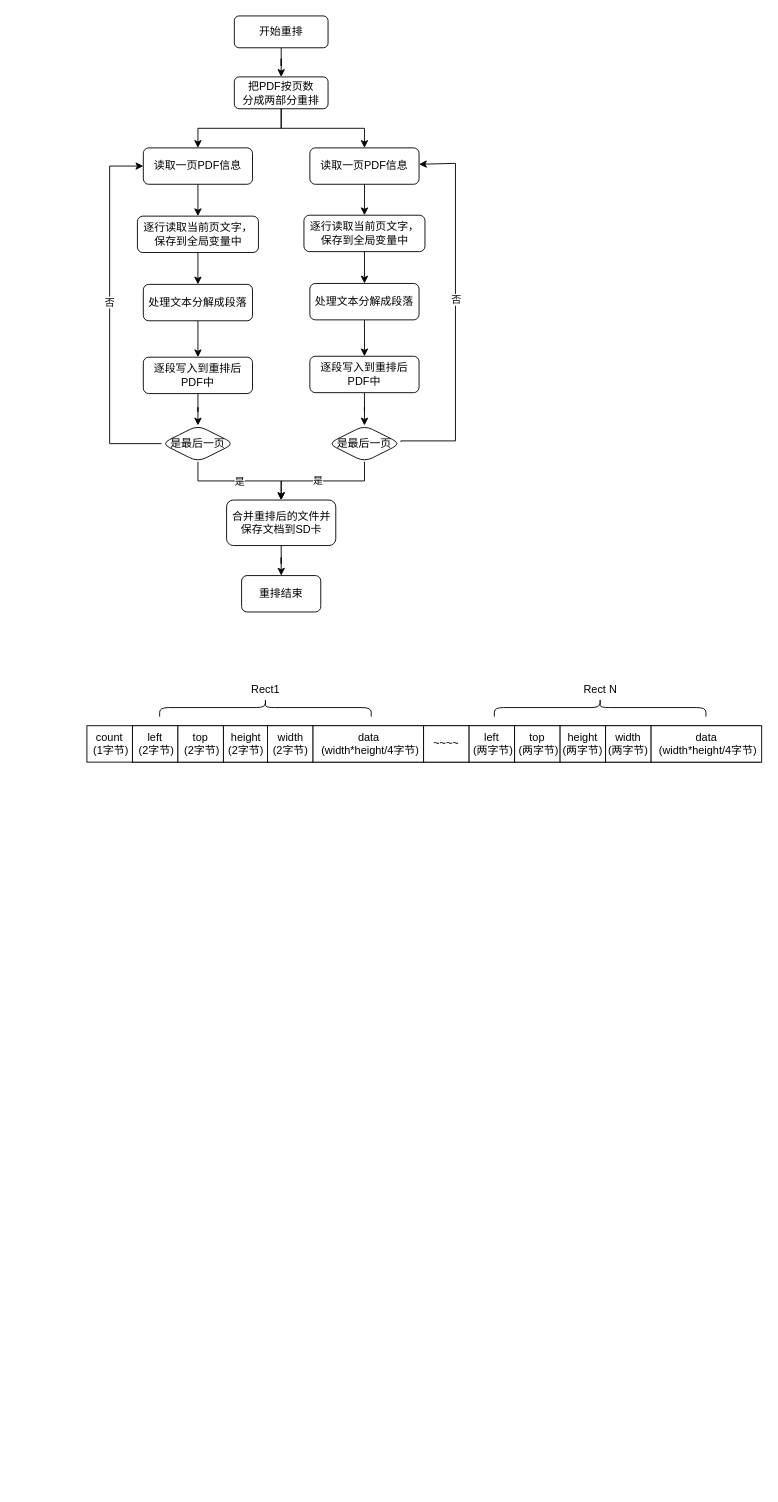
Above: 两栖手写.drawio in xubinlu/android-journey (draw.io), before the change. Source tidied: cells renumbered, new cells numbered last; positions are measured from the earlier drawing's top-left corner, leaving out a move shared by most shapes. Both pictures are drawn from the tidied source at 91%, with x=0, y=0 at pixel (86, 15).
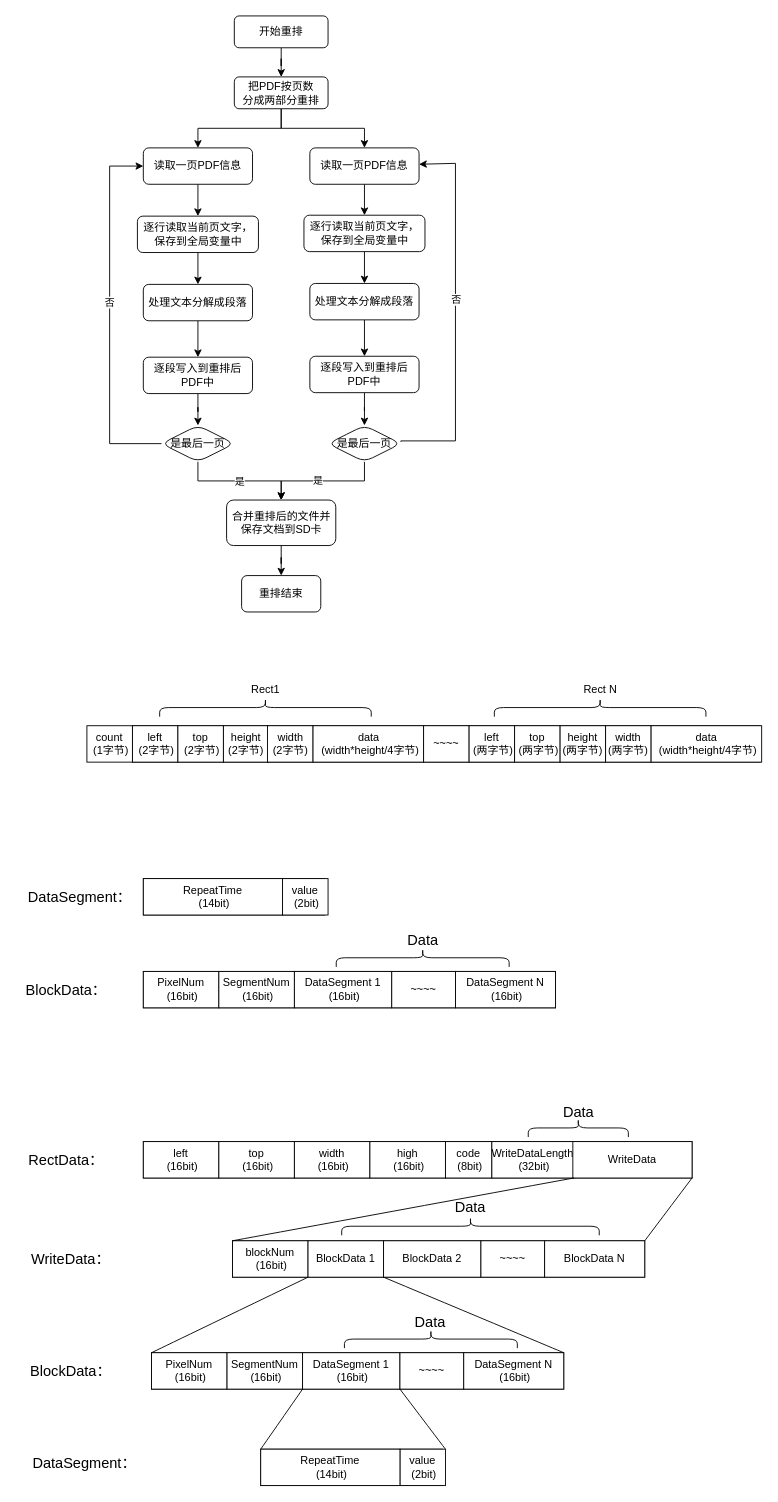
The same page after the edit.

Commit message:
更新两栖手写.drawio

Diff of the diagram source:
```diff
@@
+    <mxCell id="53" style="rounded=0;whiteSpace=wrap;html=1;" parent="1" vertex="1">
+      <mxGeometry x="62" y="948" width="199.5" height="40" as="geometry" />
+    </mxCell>
+    <mxCell id="54" value="&lt;div&gt;value&lt;/div&gt;&lt;div&gt;&amp;nbsp;(2bit)&lt;/div&gt;" style="rounded=0;whiteSpace=wrap;html=1;" parent="1" vertex="1">
+      <mxGeometry x="215" y="948" width="50" height="40" as="geometry" />
+    </mxCell>
+    <mxCell id="55" value="&lt;div&gt;RepeatTime&lt;/div&gt;&lt;div&gt;&amp;nbsp;(14bit)&lt;/div&gt;" style="rounded=0;whiteSpace=wrap;html=1;" parent="1" vertex="1">
+      <mxGeometry x="62" y="948" width="153" height="40" as="geometry" />
+    </mxCell>
+    <mxCell id="56" value="DataSegment：" style="text;html=1;align=center;verticalAlign=middle;strokeColor=none;fillColor=none;fontSize=16;" parent="1" vertex="1">
+      <mxGeometry x="-78" y="953" width="140" height="30" as="geometry" />
+    </mxCell>
+    <mxCell id="57" style="rounded=0;whiteSpace=wrap;html=1;" parent="1" vertex="1">
+      <mxGeometry x="62" y="1050" width="453" height="40" as="geometry" />
+    </mxCell>
+    <mxCell id="58" value="&lt;div&gt;PixelNum&lt;/div&gt;&lt;div&gt;&amp;nbsp;(16bit)&lt;/div&gt;" style="rounded=0;whiteSpace=wrap;html=1;" parent="1" vertex="1">
+      <mxGeometry x="62" y="1050" width="83" height="40" as="geometry" />
+    </mxCell>
+    <mxCell id="59" value="BlockData：" style="text;html=1;align=center;verticalAlign=middle;strokeColor=none;fillColor=none;fontSize=16;" parent="1" vertex="1">
+      <mxGeometry x="-78" y="1055" width="110" height="30" as="geometry" />
+    </mxCell>
+    <mxCell id="60" value="&lt;div&gt;SegmentNum&lt;/div&gt;&lt;div&gt;&amp;nbsp;(16bit)&lt;/div&gt;" style="rounded=0;whiteSpace=wrap;html=1;" parent="1" vertex="1">
+      <mxGeometry x="145" y="1050" width="83" height="40" as="geometry" />
+    </mxCell>
+    <mxCell id="61" value="&lt;div&gt;DataSegment 1&lt;/div&gt;&lt;div&gt;&amp;nbsp;(16bit)&lt;/div&gt;" style="rounded=0;whiteSpace=wrap;html=1;" parent="1" vertex="1">
+      <mxGeometry x="228" y="1050" width="107" height="40" as="geometry" />
+    </mxCell>
+    <mxCell id="62" value="&lt;div&gt;DataSegment N&lt;/div&gt;&lt;div&gt;&amp;nbsp;(16bit)&lt;/div&gt;" style="rounded=0;whiteSpace=wrap;html=1;" parent="1" vertex="1">
+      <mxGeometry x="405" y="1050" width="110" height="40" as="geometry" />
+    </mxCell>
+    <mxCell id="63" value="~~~~" style="rounded=0;whiteSpace=wrap;html=1;" parent="1" vertex="1">
+      <mxGeometry x="335" y="1050" width="70" height="40" as="geometry" />
+    </mxCell>
+    <mxCell id="64" style="rounded=0;whiteSpace=wrap;html=1;" parent="1" vertex="1">
+      <mxGeometry x="160" y="1346" width="453" height="40" as="geometry" />
+    </mxCell>
+    <mxCell id="65" value="&lt;div&gt;blockNum&lt;/div&gt;&lt;div&gt;&amp;nbsp;(16bit)&lt;/div&gt;" style="rounded=0;whiteSpace=wrap;html=1;" parent="1" vertex="1">
+      <mxGeometry x="160" y="1346" width="83" height="40" as="geometry" />
+    </mxCell>
+    <mxCell id="66" value="&lt;div&gt;BlockData 1&lt;/div&gt;" style="rounded=0;whiteSpace=wrap;html=1;" parent="1" vertex="1">
+      <mxGeometry x="243" y="1346" width="83" height="40" as="geometry" />
+    </mxCell>
+    <mxCell id="67" value="&lt;div&gt;BlockData 2&lt;/div&gt;" style="rounded=0;whiteSpace=wrap;html=1;" parent="1" vertex="1">
+      <mxGeometry x="326" y="1346" width="107" height="40" as="geometry" />
+    </mxCell>
+    <mxCell id="68" value="~~~~" style="rounded=0;whiteSpace=wrap;html=1;" parent="1" vertex="1">
+      <mxGeometry x="433" y="1346" width="70" height="40" as="geometry" />
+    </mxCell>
+    <mxCell id="69" value="WriteData：" style="text;html=1;align=center;verticalAlign=middle;strokeColor=none;fillColor=none;fontSize=16;" parent="1" vertex="1">
+      <mxGeometry x="-73" y="1351" width="110" height="30" as="geometry" />
+    </mxCell>
+    <mxCell id="70" value="&lt;div&gt;BlockData N&lt;/div&gt;" style="rounded=0;whiteSpace=wrap;html=1;" parent="1" vertex="1">
+      <mxGeometry x="503" y="1346" width="110" height="40" as="geometry" />
+    </mxCell>
+    <mxCell id="71" style="rounded=0;whiteSpace=wrap;html=1;" parent="1" vertex="1">
+      <mxGeometry x="62" y="1237" width="603" height="40" as="geometry" />
+    </mxCell>
+    <mxCell id="72" value="&lt;div&gt;left&lt;/div&gt;&lt;div&gt;&amp;nbsp;(16bit)&lt;/div&gt;" style="rounded=0;whiteSpace=wrap;html=1;" parent="1" vertex="1">
+      <mxGeometry x="62" y="1237" width="83" height="40" as="geometry" />
+    </mxCell>
+    <mxCell id="73" value="RectData：" style="text;html=1;align=center;verticalAlign=middle;strokeColor=none;fillColor=none;fontSize=16;" parent="1" vertex="1">
+      <mxGeometry x="-78" y="1242" width="110" height="30" as="geometry" />
+    </mxCell>
+    <mxCell id="74" value="&lt;div&gt;top&lt;/div&gt;&lt;div&gt;&amp;nbsp;(16bit)&lt;/div&gt;" style="rounded=0;whiteSpace=wrap;html=1;" parent="1" vertex="1">
+      <mxGeometry x="145" y="1237" width="83" height="40" as="geometry" />
+    </mxCell>
+    <mxCell id="75" value="&lt;div&gt;width&lt;/div&gt;&lt;div&gt;&amp;nbsp;(16bit)&lt;/div&gt;" style="rounded=0;whiteSpace=wrap;html=1;" parent="1" vertex="1">
+      <mxGeometry x="228" y="1237" width="83" height="40" as="geometry" />
+    </mxCell>
+    <mxCell id="76" value="&lt;div&gt;high&lt;/div&gt;&lt;div&gt;&amp;nbsp;(16bit)&lt;/div&gt;" style="rounded=0;whiteSpace=wrap;html=1;" parent="1" vertex="1">
+      <mxGeometry x="311" y="1237" width="83" height="40" as="geometry" />
+    </mxCell>
+    <mxCell id="77" value="&lt;div&gt;code&lt;/div&gt;&lt;div&gt;&amp;nbsp;(8bit)&lt;/div&gt;" style="rounded=0;whiteSpace=wrap;html=1;" parent="1" vertex="1">
+      <mxGeometry x="394" y="1237" width="51" height="40" as="geometry" />
+    </mxCell>
+    <mxCell id="78" style="shape=curlyBracket;whiteSpace=wrap;html=1;rounded=1;labelPosition=left;verticalLabelPosition=middle;align=right;verticalAlign=middle;rotation=0;direction=south;" parent="1" vertex="1">
+      <mxGeometry x="274" y="1025" width="190" height="20" as="geometry" />
+    </mxCell>
+    <mxCell id="79" value="Data" style="text;html=1;align=center;verticalAlign=middle;strokeColor=none;fillColor=none;fontSize=16;" parent="1" vertex="1">
+      <mxGeometry x="339" y="1001" width="60" height="30" as="geometry" />
+    </mxCell>
+    <mxCell id="80" style="shape=curlyBracket;whiteSpace=wrap;html=1;rounded=1;labelPosition=left;verticalLabelPosition=middle;align=right;verticalAlign=middle;rotation=0;direction=south;" parent="1" vertex="1">
+      <mxGeometry x="280" y="1320" width="283" height="20" as="geometry" />
+    </mxCell>
+    <mxCell id="81" value="Data" style="text;html=1;align=center;verticalAlign=middle;strokeColor=none;fillColor=none;fontSize=16;" parent="1" vertex="1">
+      <mxGeometry x="390.5" y="1294" width="60" height="30" as="geometry" />
+    </mxCell>
+    <mxCell id="82" style="shape=curlyBracket;whiteSpace=wrap;html=1;rounded=1;labelPosition=left;verticalLabelPosition=middle;align=right;verticalAlign=middle;rotation=0;direction=south;" parent="1" vertex="1">
+      <mxGeometry x="485" y="1212" width="110" height="20" as="geometry" />
+    </mxCell>
+    <mxCell id="83" value="&lt;div&gt;WriteDataLength&lt;/div&gt;&lt;div&gt;&amp;nbsp;(32bit)&lt;/div&gt;" style="rounded=0;whiteSpace=wrap;html=1;" parent="1" vertex="1">
+      <mxGeometry x="445" y="1237" width="90" height="40" as="geometry" />
+    </mxCell>
+    <mxCell id="84" value="Data" style="text;html=1;align=center;verticalAlign=middle;strokeColor=none;fillColor=none;fontSize=16;" parent="1" vertex="1">
+      <mxGeometry x="510" y="1189" width="60" height="30" as="geometry" />
+    </mxCell>
+    <mxCell id="85" value="&lt;div&gt;WriteData&lt;/div&gt;" style="rounded=0;whiteSpace=wrap;html=1;" parent="1" vertex="1">
+      <mxGeometry x="534" y="1237" width="131" height="40" as="geometry" />
+    </mxCell>
+    <mxCell id="86" style="rounded=0;whiteSpace=wrap;html=1;" parent="1" vertex="1">
+      <mxGeometry x="71" y="1469" width="453" height="40" as="geometry" />
+    </mxCell>
+    <mxCell id="87" value="&lt;div&gt;PixelNum&lt;/div&gt;&lt;div&gt;&amp;nbsp;(16bit)&lt;/div&gt;" style="rounded=0;whiteSpace=wrap;html=1;" parent="1" vertex="1">
+      <mxGeometry x="71" y="1469" width="83" height="40" as="geometry" />
+    </mxCell>
+    <mxCell id="88" value="BlockData：" style="text;html=1;align=center;verticalAlign=middle;strokeColor=none;fillColor=none;fontSize=16;" parent="1" vertex="1">
+      <mxGeometry x="-73" y="1474" width="110" height="30" as="geometry" />
+    </mxCell>
+    <mxCell id="89" value="&lt;div&gt;SegmentNum&lt;/div&gt;&lt;div&gt;&amp;nbsp;(16bit)&lt;/div&gt;" style="rounded=0;whiteSpace=wrap;html=1;" parent="1" vertex="1">
+      <mxGeometry x="154" y="1469" width="83" height="40" as="geometry" />
+    </mxCell>
+    <mxCell id="90" value="&lt;div&gt;DataSegment 1&lt;/div&gt;&lt;div&gt;&amp;nbsp;(16bit)&lt;/div&gt;" style="rounded=0;whiteSpace=wrap;html=1;" parent="1" vertex="1">
+      <mxGeometry x="237" y="1469" width="107" height="40" as="geometry" />
+    </mxCell>
+    <mxCell id="91" value="&lt;div&gt;DataSegment N&lt;/div&gt;&lt;div&gt;&amp;nbsp;(16bit)&lt;/div&gt;" style="rounded=0;whiteSpace=wrap;html=1;" parent="1" vertex="1">
+      <mxGeometry x="414" y="1469" width="110" height="40" as="geometry" />
+    </mxCell>
+    <mxCell id="92" value="~~~~" style="rounded=0;whiteSpace=wrap;html=1;" parent="1" vertex="1">
+      <mxGeometry x="344" y="1469" width="70" height="40" as="geometry" />
+    </mxCell>
+    <mxCell id="93" style="shape=curlyBracket;whiteSpace=wrap;html=1;rounded=1;labelPosition=left;verticalLabelPosition=middle;align=right;verticalAlign=middle;rotation=0;direction=south;" parent="1" vertex="1">
+      <mxGeometry x="283" y="1444" width="190" height="20" as="geometry" />
+    </mxCell>
+    <mxCell id="94" value="Data" style="text;html=1;align=center;verticalAlign=middle;strokeColor=none;fillColor=none;fontSize=16;" parent="1" vertex="1">
+      <mxGeometry x="347" y="1420" width="60" height="30" as="geometry" />
+    </mxCell>
+    <mxCell id="95" style="rounded=0;whiteSpace=wrap;html=1;" parent="1" vertex="1">
+      <mxGeometry x="191" y="1575" width="199.5" height="40" as="geometry" />
+    </mxCell>
+    <mxCell id="96" value="&lt;div&gt;value&lt;/div&gt;&lt;div&gt;&amp;nbsp;(2bit)&lt;/div&gt;" style="rounded=0;whiteSpace=wrap;html=1;" parent="1" vertex="1">
+      <mxGeometry x="344" y="1575" width="50" height="40" as="geometry" />
+    </mxCell>
+    <mxCell id="97" value="&lt;div&gt;RepeatTime&lt;/div&gt;&lt;div&gt;&amp;nbsp;(14bit)&lt;/div&gt;" style="rounded=0;whiteSpace=wrap;html=1;" parent="1" vertex="1">
+      <mxGeometry x="191" y="1575" width="153" height="40" as="geometry" />
+    </mxCell>
+    <mxCell id="98" value="DataSegment：" style="text;html=1;align=center;verticalAlign=middle;strokeColor=none;fillColor=none;fontSize=16;" parent="1" vertex="1">
+      <mxGeometry x="-73" y="1575" width="140" height="30" as="geometry" />
+    </mxCell>
+    <mxCell id="99" style="endArrow=none;html=1;rounded=0;fontSize=12;startSize=8;endSize=8;curved=1;entryX=1;entryY=1;entryDx=0;entryDy=0;exitX=0;exitY=0;exitDx=0;exitDy=0;" parent="1" edge="1" source="97" target="89">
+      <mxGeometry relative="1" as="geometry" />
+    </mxCell>
+    <mxCell id="100" style="endArrow=none;html=1;rounded=0;fontSize=12;startSize=8;endSize=8;curved=1;entryX=1;entryY=1;entryDx=0;entryDy=0;exitX=1;exitY=0;exitDx=0;exitDy=0;" parent="1" edge="1" source="96" target="90">
+      <mxGeometry relative="1" as="geometry" />
+    </mxCell>
+    <mxCell id="101" style="endArrow=none;html=1;rounded=0;fontSize=12;startSize=8;endSize=8;curved=1;entryX=0;entryY=1;entryDx=0;entryDy=0;exitX=0;exitY=0;exitDx=0;exitDy=0;" parent="1" edge="1" source="87" target="66">
+      <mxGeometry relative="1" as="geometry" />
+    </mxCell>
+    <mxCell id="102" style="endArrow=none;html=1;rounded=0;fontSize=12;startSize=8;endSize=8;curved=1;entryX=1;entryY=1;entryDx=0;entryDy=0;exitX=1;exitY=0;exitDx=0;exitDy=0;" parent="1" edge="1" source="91" target="66">
+      <mxGeometry relative="1" as="geometry" />
+    </mxCell>
+    <mxCell id="103" style="endArrow=none;html=1;rounded=0;fontSize=12;startSize=8;endSize=8;curved=1;entryX=1;entryY=1;entryDx=0;entryDy=0;exitX=0;exitY=0;exitDx=0;exitDy=0;" parent="1" edge="1" source="65" target="83">
+      <mxGeometry relative="1" as="geometry" />
+    </mxCell>
+    <mxCell id="104" style="endArrow=none;html=1;rounded=0;fontSize=12;startSize=8;endSize=8;curved=1;entryX=1;entryY=1;entryDx=0;entryDy=0;exitX=1;exitY=0;exitDx=0;exitDy=0;" parent="1" edge="1" source="70" target="85">
+      <mxGeometry relative="1" as="geometry" />
+    </mxCell>
```
